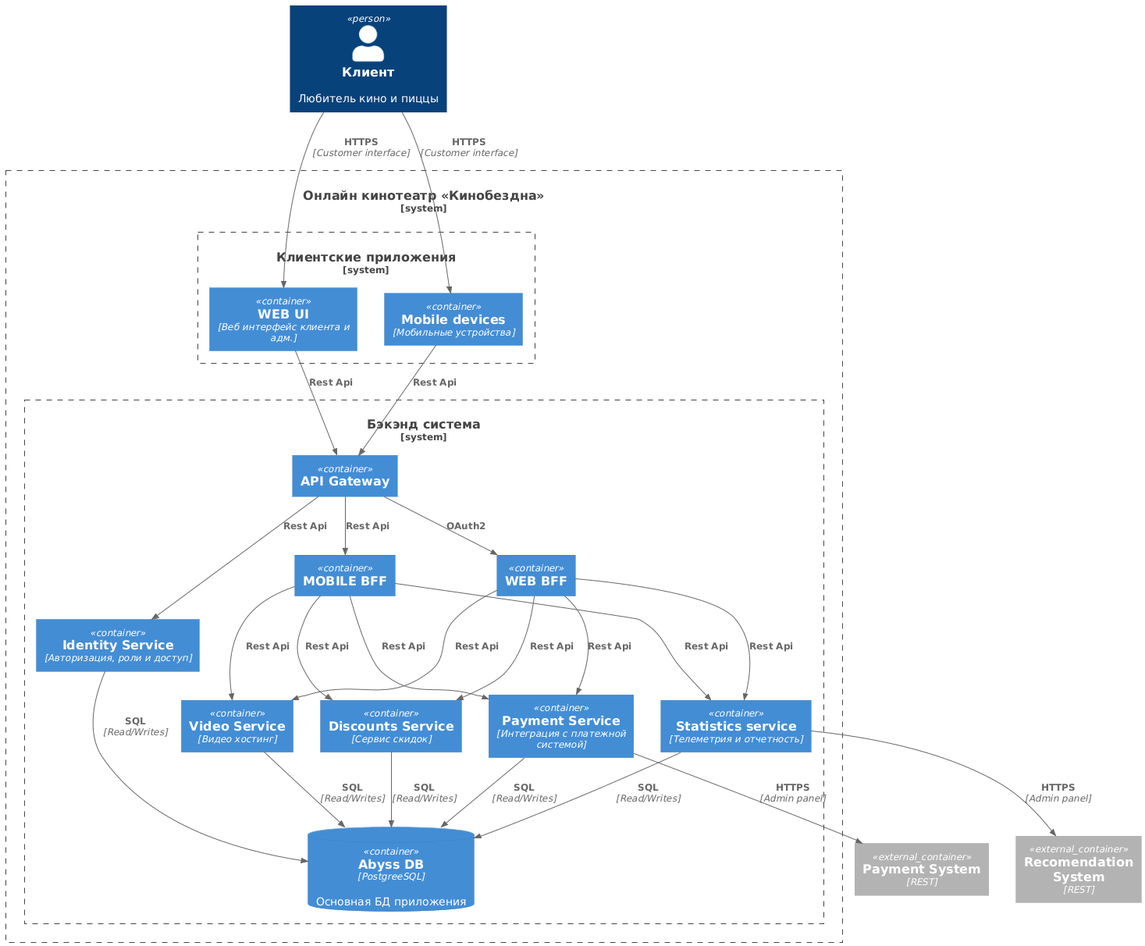
Above: schemas/scheema.png in grem0087/architecture-pro-cinemaabyss (PlantUML), before the change. The source it was exported from:
```plantuml
@startuml
!includeurl https://raw.githubusercontent.com/plantuml-stdlib/C4-PlantUML/master/C4.puml
!includeurl https://raw.githubusercontent.com/plantuml-stdlib/C4-PlantUML/master/C4_Container.puml

Person(user, "Клиент", "Любитель кино и пиццы")

System_Boundary(cinema_Abyss, "Онлайн кинотеатр «Кинобездна»") {

  System_Boundary(front, "Клиентские приложения") {
    Container(web_ui, "WEB UI", "Веб интерфейс клиента и адм.")
    Container(mobiles, "Mobile devices", "Мобильные устройства")
  }

 System_Boundary(back, "Бэкэнд система") {

    Container(api_gateway, "API Gateway")

    Container(web_bff, "WEB BFF")
    Container(mobiles_bff, "MOBILE BFF")

    Container(identity_service, "Identity Service", "Авторизация, роли и доступ")

    Container(video_service, "Video Service", "Видео хостинг")
    Container(discounts_service, "Discounts Service", "Сервис скидок")
    Container(payment_service, "Payment Service", "Интеграция с платежной системой")
    Container(statistics_service, "Statistics service", "Телеметрия и отчетность")

    ContainerDb(app_db, "Abyss DB", "PostgreeSQL", "Основная БД приложения")


    Rel(web_ui, api_gateway, "Rest Api")
    Rel(mobiles, api_gateway, "Rest Api")

    Rel(api_gateway, web_bff, "OAuth2")
    Rel(api_gateway, mobiles_bff, "Rest Api")
    Rel(api_gateway, identity_service, "Rest Api")

    Rel(web_bff, video_service, "Rest Api")
    Rel(web_bff, discounts_service, "Rest Api")
    Rel(web_bff, payment_service, "Rest Api")
    Rel(web_bff, statistics_service, "Rest Api")

    Rel(mobiles_bff, video_service, "Rest Api")
    Rel(mobiles_bff, discounts_service, "Rest Api")
    Rel(mobiles_bff, payment_service, "Rest Api")
    Rel(mobiles_bff, statistics_service, "Rest Api")

    Rel(statistics_service, app_db, "SQL", "Read/Writes")
    Rel(video_service, app_db, "SQL", "Read/Writes")
    Rel(payment_service, app_db, "SQL", "Read/Writes")
    Rel(identity_service, app_db, "SQL", "Read/Writes")
    Rel(discounts_service, app_db, "SQL", "Read/Writes")
  }
}

Container_Ext(recomendation_system,  "Recomendation System", "REST")
Container_Ext(payment_system,        "Payment System", "REST")

Rel(user, web_ui, "HTTPS", "Customer interface")
Rel(user, mobiles, "HTTPS", "Customer interface")

Rel(statistics_service, recomendation_system, "HTTPS", "Admin panel")
Rel(payment_service, payment_system, "HTTPS", "Admin panel")
@enduml
```
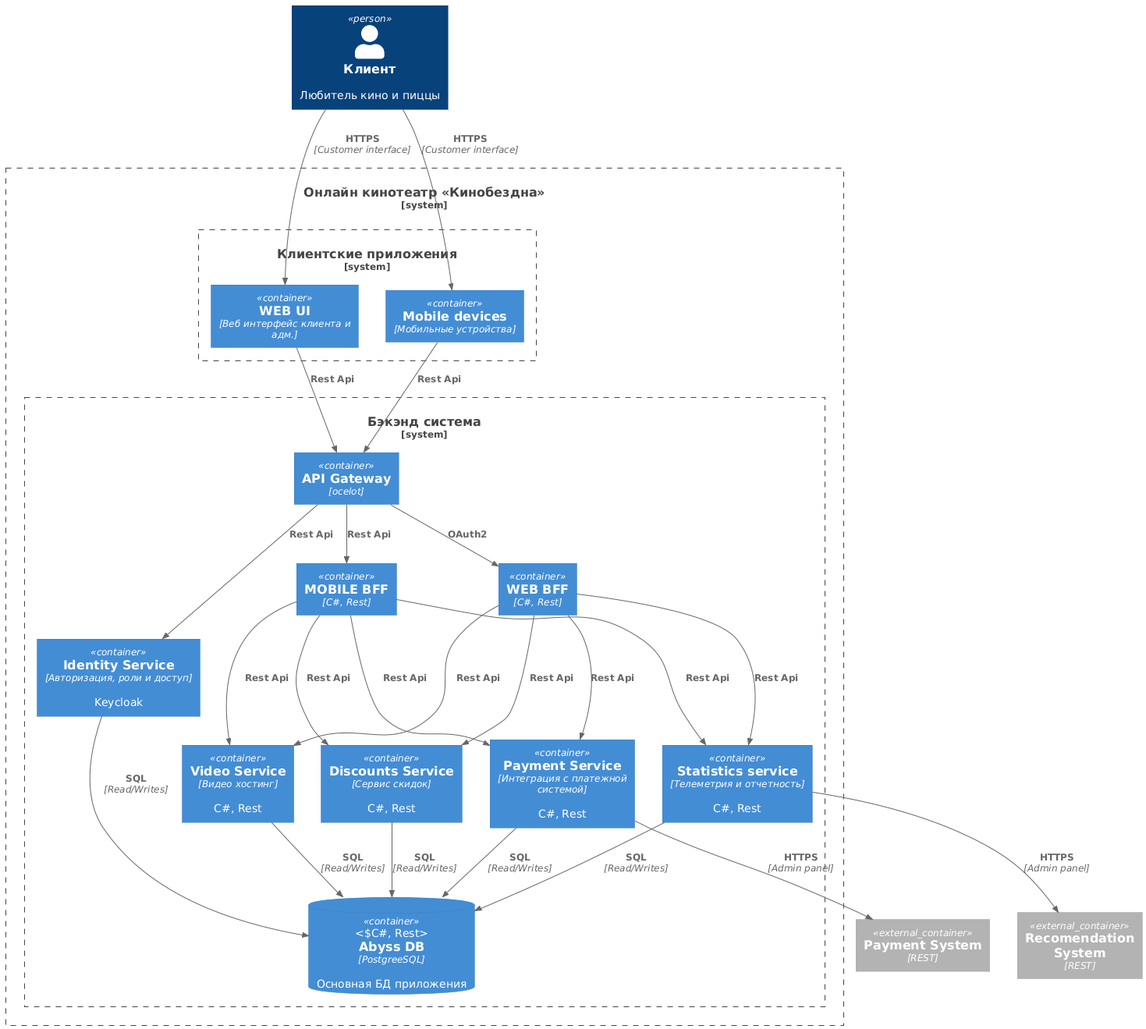
After the commit.

Change to the diagram source:
```diff
@@ -13,19 +13,19 @@
 
  System_Boundary(back, "Бэкэнд система") {
 
-    Container(api_gateway, "API Gateway")
+    Container(api_gateway, "API Gateway","ocelot")
 
-    Container(web_bff, "WEB BFF")
-    Container(mobiles_bff, "MOBILE BFF")
+    Container(web_bff, "WEB BFF", "C#, Rest" )
+    Container(mobiles_bff, "MOBILE BFF", "C#, Rest")
 
-    Container(identity_service, "Identity Service", "Авторизация, роли и доступ")
+    Container(identity_service, "Identity Service", "Авторизация, роли и доступ", "Keycloak")
 
-    Container(video_service, "Video Service", "Видео хостинг")
-    Container(discounts_service, "Discounts Service", "Сервис скидок")
-    Container(payment_service, "Payment Service", "Интеграция с платежной системой")
-    Container(statistics_service, "Statistics service", "Телеметрия и отчетность")
+    Container(video_service, "Video Service", "Видео хостинг", "C#, Rest")
+    Container(discounts_service, "Discounts Service", "Сервис скидок", "C#, Rest")
+    Container(payment_service, "Payment Service", "Интеграция с платежной системой", "C#, Rest")
+    Container(statistics_service, "Statistics service", "Телеметрия и отчетность", "C#, Rest")
 
-    ContainerDb(app_db, "Abyss DB", "PostgreeSQL", "Основная БД приложения")
+    ContainerDb(app_db, "Abyss DB", "PostgreeSQL", "Основная БД приложения", "C#, Rest")
 
 
     Rel(web_ui, api_gateway, "Rest Api")
```
